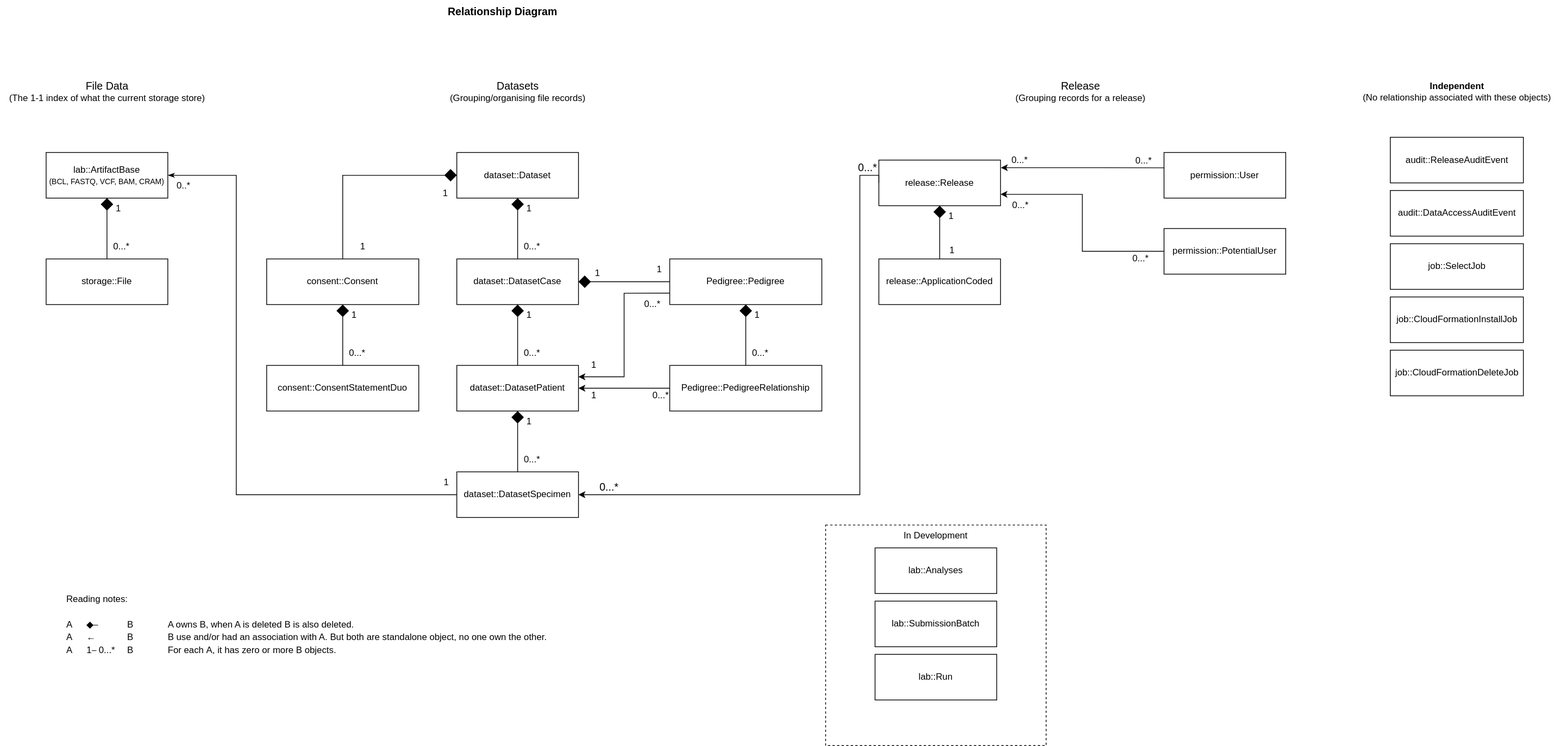
Earlier version of the draw.io export docs/architecture/relationship.drawio.svg (elsa-data/elsa-data). Source tidied: cells renumbered, new cells last; positions are measured from the earlier drawing's top-left corner, leaving out a move shared by most shapes.
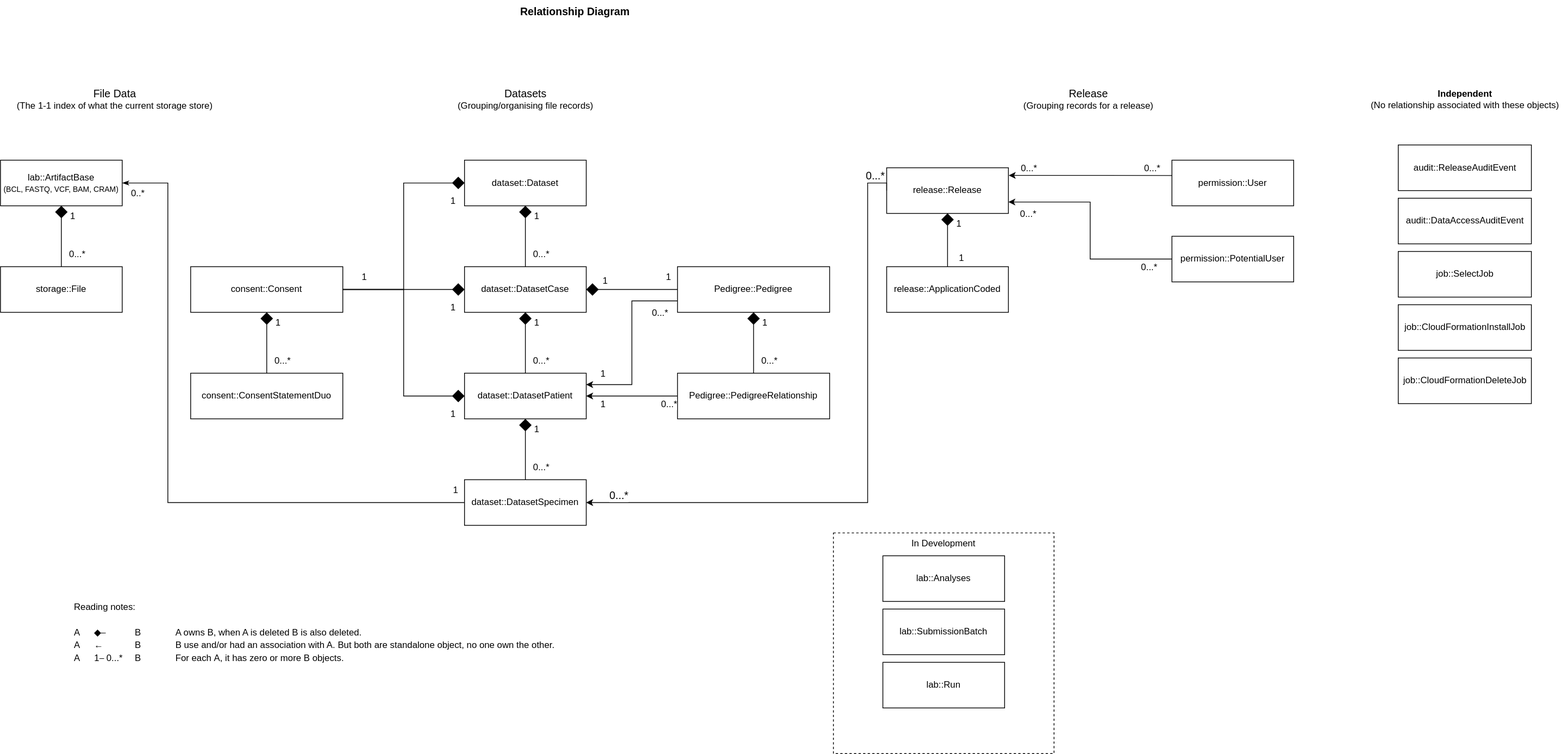
Above is the later version.

Change to the diagram source:
```diff
@@ -18,10 +18,10 @@
       <mxGeometry x="600" y="480" width="160" height="60" as="geometry" />
     </mxCell>
     <mxCell id="7" value="lab::ArtifactBase&lt;br&gt;&lt;font style=&quot;font-size: 10px;&quot;&gt;(BCL, FASTQ, VCF, BAM, CRAM)&lt;/font&gt;" style="rounded=0;whiteSpace=wrap;html=1;" parent="1" vertex="1">
-      <mxGeometry x="60" y="200" width="160" height="60" as="geometry" />
+      <mxGeometry x="-10" y="200" width="160" height="60" as="geometry" />
     </mxCell>
     <mxCell id="8" value="storage::File" style="rounded=0;whiteSpace=wrap;html=1;" parent="1" vertex="1">
-      <mxGeometry x="60" y="340" width="160" height="60" as="geometry" />
+      <mxGeometry x="-10" y="340" width="160" height="60" as="geometry" />
     </mxCell>
     <mxCell id="9" value="audit::DataAccessAuditEvent" style="rounded=0;whiteSpace=wrap;html=1;" parent="1" vertex="1">
       <mxGeometry x="1827.5" y="250" width="175" height="60" as="geometry" />
@@ -82,10 +82,10 @@
       <mxGeometry x="1827.5" y="180" width="175" height="60" as="geometry" />
     </mxCell>
     <mxCell id="23" value="consent::Consent" style="rounded=0;whiteSpace=wrap;html=1;" parent="1" vertex="1">
-      <mxGeometry x="350" y="340" width="200" height="60" as="geometry" />
+      <mxGeometry x="240" y="340" width="200" height="60" as="geometry" />
     </mxCell>
     <mxCell id="24" value="consent::ConsentStatementDuo" style="rounded=0;whiteSpace=wrap;html=1;" parent="1" vertex="1">
-      <mxGeometry x="350" y="480" width="200" height="60" as="geometry" />
+      <mxGeometry x="240" y="480" width="200" height="60" as="geometry" />
     </mxCell>
     <mxCell id="25" value="lab::SubmissionBatch" style="rounded=0;whiteSpace=wrap;html=1;" parent="1" vertex="1">
       <mxGeometry x="1150" y="790" width="160" height="60" as="geometry" />
@@ -146,7 +146,7 @@
         <mxPoint x="30" y="-30" as="offset" />
       </mxGeometry>
     </mxCell>
-    <mxCell id="42" style="endArrow=none;html=1;endSize=12;startArrow=diamond;startSize=14;startFill=1;edgeStyle=orthogonalEdgeStyle;rounded=0;fontFamily=Helvetica;fontSize=12;fontColor=default;endFill=0;entryX=0.5;entryY=0;entryDx=0;entryDy=0;exitX=0;exitY=0.5;exitDx=0;exitDy=0;" parent="1" edge="1" source="3" target="23">
+    <mxCell id="42" style="endArrow=none;html=1;endSize=12;startArrow=diamond;startSize=14;startFill=1;edgeStyle=orthogonalEdgeStyle;rounded=0;fontFamily=Helvetica;fontSize=12;fontColor=default;endFill=0;entryX=1;entryY=0.5;entryDx=0;entryDy=0;exitX=0;exitY=0.5;exitDx=0;exitDy=0;" parent="1" edge="1" source="3" target="23">
       <mxGeometry relative="1" as="geometry" />
     </mxCell>
     <mxCell id="43" value="1" style="edgeLabel;html=1;align=left;verticalAlign=top;rounded=0;strokeColor=default;fontFamily=Helvetica;fontSize=12;fontColor=default;fillColor=default;" parent="42" vertex="1">
@@ -212,7 +212,7 @@
       <mxGeometry x="1085" y="690" width="290" height="290" as="geometry" />
     </mxCell>
     <mxCell id="57" value="&lt;font size=&quot;1&quot; style=&quot;&quot;&gt;&lt;b style=&quot;font-size: 14px;&quot;&gt;Relationship Diagram&lt;/b&gt;&lt;/font&gt;" style="text;html=1;align=center;verticalAlign=middle;strokeColor=none;fillColor=none;fontSize=12;fontFamily=Helvetica;fontColor=default;" parent="1" vertex="1">
-      <mxGeometry x="575" width="170" height="30" as="geometry" />
+      <mxGeometry x="660" y="-10" width="170" height="30" as="geometry" />
     </mxCell>
     <mxCell id="58" value="&lt;font style=&quot;&quot;&gt;&lt;span style=&quot;font-size: 12px;&quot;&gt;Reading notes:&lt;/span&gt;&lt;br&gt;&lt;br&gt;&lt;div style=&quot;&quot;&gt;&lt;span style=&quot;font-size: 12px;&quot;&gt;A &lt;span style=&quot;white-space: pre;&quot;&gt;&#9;&lt;/span&gt;◆⎯&amp;nbsp;&lt;span style=&quot;white-space: pre;&quot;&gt;&#9;&lt;span style=&quot;white-space: pre;&quot;&gt;&#9;&lt;/span&gt;&lt;/span&gt;B&lt;span style=&quot;&quot;&gt;&#9;&lt;span style=&quot;&quot;&gt;&#9;&lt;span style=&quot;&quot;&gt;&#9;&lt;/span&gt;&lt;/span&gt;&lt;/span&gt;&amp;nbsp;&lt;span style=&quot;white-space: pre;&quot;&gt;&#9;&lt;/span&gt;&lt;span style=&quot;white-space: pre;&quot;&gt;&#9;&lt;/span&gt;A owns B, when A is deleted B is also deleted.&lt;br&gt;A &lt;span style=&quot;white-space: pre;&quot;&gt;&#9;&lt;/span&gt;←&lt;span style=&quot;&quot;&gt;&#9;&lt;span style=&quot;white-space: pre;&quot;&gt;&#9;&lt;/span&gt;&lt;span style=&quot;&quot;&gt;&#9;&lt;span style=&quot;white-space: pre;&quot;&gt;&#9;&lt;/span&gt;&lt;/span&gt;&lt;/span&gt;B&lt;span style=&quot;&quot;&gt;&#9;&lt;span style=&quot;white-space: pre;&quot;&gt;&#9;&lt;/span&gt;&lt;span style=&quot;white-space: pre;&quot;&gt;&#9;&lt;/span&gt;&lt;/span&gt;B use and/or had an association with A. But both are standalone object, no one own the other.&lt;br&gt;&lt;/span&gt;&lt;span style=&quot;font-size: 12px;&quot;&gt;A&amp;nbsp;&lt;/span&gt;&lt;span style=&quot;font-size: 12px;&quot;&gt;&#9;&lt;/span&gt;&lt;span style=&quot;font-size: 12px;&quot;&gt;&amp;nbsp;&lt;span style=&quot;white-space: pre;&quot;&gt;&#9;&lt;/span&gt;1&lt;/span&gt;&lt;span style=&quot;font-size: 12px;&quot;&gt;⎯ 0...*&lt;span style=&quot;white-space: pre;&quot;&gt;&#9;&lt;/span&gt;&lt;/span&gt;&lt;span style=&quot;font-size: 12px;&quot;&gt;B&lt;span style=&quot;white-space: pre;&quot;&gt;&#9;&lt;/span&gt;&lt;span style=&quot;white-space: pre;&quot;&gt;&#9;&lt;/span&gt;For each&amp;nbsp;&lt;/span&gt;&lt;span style=&quot;font-size: 12px;&quot;&gt;A, it has zero or more B objects.&amp;nbsp;&lt;/span&gt;&lt;span style=&quot;font-size: 12px;&quot;&gt;&lt;br&gt;&lt;span style=&quot;&quot;&gt;&lt;/span&gt;&lt;/span&gt;&lt;/div&gt;&lt;/font&gt;" style="text;html=1;align=left;verticalAlign=middle;strokeColor=none;fillColor=none;fontSize=14;fontFamily=Helvetica;fontColor=default;" parent="1" vertex="1">
       <mxGeometry x="85" y="770" width="660" height="100" as="geometry" />
@@ -249,8 +249,8 @@
     <mxCell id="66" style="endArrow=none;html=1;endSize=6;startArrow=classicThin;startSize=6;startFill=1;edgeStyle=orthogonalEdgeStyle;rounded=0;fontFamily=Helvetica;fontSize=12;fontColor=default;endFill=0;exitX=1;exitY=0.5;exitDx=0;exitDy=0;entryX=0;entryY=0.5;entryDx=0;entryDy=0;" parent="1" edge="1" source="7" target="4">
       <mxGeometry relative="1" as="geometry">
         <Array as="points">
-          <mxPoint x="310" y="230" />
-          <mxPoint x="310" y="650" />
+          <mxPoint x="210" y="230" />
+          <mxPoint x="210" y="650" />
         </Array>
       </mxGeometry>
     </mxCell>
@@ -324,5 +324,33 @@
     <mxCell id="81" value="&lt;font style=&quot;&quot;&gt;&lt;b style=&quot;&quot;&gt;Independent&lt;/b&gt;&lt;br&gt;(No relationship associated with these objects)&lt;br&gt;&lt;/font&gt;" style="text;html=1;align=center;verticalAlign=middle;strokeColor=none;fillColor=none;" parent="1" vertex="1">
       <mxGeometry x="1780" y="100" width="270" height="40" as="geometry" />
     </mxCell>
+    <mxCell id="82" style="endArrow=none;html=1;endSize=12;startArrow=diamond;startSize=14;startFill=1;edgeStyle=orthogonalEdgeStyle;rounded=0;fontFamily=Helvetica;fontSize=12;fontColor=default;endFill=0;exitX=0;exitY=0.5;exitDx=0;exitDy=0;" parent="1" edge="1" source="5">
+      <mxGeometry relative="1" as="geometry">
+        <mxPoint x="440" y="370" as="targetPoint" />
+      </mxGeometry>
+    </mxCell>
+    <mxCell id="83" value="1" style="edgeLabel;html=1;align=left;verticalAlign=top;rounded=0;strokeColor=default;fontFamily=Helvetica;fontSize=12;fontColor=default;fillColor=default;" parent="82" vertex="1">
+      <mxGeometry x="-1" relative="1" as="geometry">
+        <mxPoint x="-20" y="10" as="offset" />
+      </mxGeometry>
+    </mxCell>
+    <mxCell id="84" value="1" style="edgeLabel;html=1;align=right;verticalAlign=top;rounded=0;strokeColor=default;fontFamily=Helvetica;fontSize=12;fontColor=default;fillColor=default;" parent="82" vertex="1">
+      <mxGeometry x="1" relative="1" as="geometry">
+        <mxPoint x="30" y="-30" as="offset" />
+      </mxGeometry>
+    </mxCell>
+    <mxCell id="85" style="endArrow=none;html=1;endSize=12;startArrow=diamond;startSize=14;startFill=1;edgeStyle=orthogonalEdgeStyle;rounded=0;fontFamily=Helvetica;fontSize=12;fontColor=default;endFill=0;entryX=1;entryY=0.5;entryDx=0;entryDy=0;exitX=0;exitY=0.5;exitDx=0;exitDy=0;" parent="1" edge="1" source="6" target="23">
+      <mxGeometry relative="1" as="geometry" />
+    </mxCell>
+    <mxCell id="86" value="1" style="edgeLabel;html=1;align=left;verticalAlign=top;rounded=0;strokeColor=default;fontFamily=Helvetica;fontSize=12;fontColor=default;fillColor=default;" parent="85" vertex="1">
+      <mxGeometry x="-1" relative="1" as="geometry">
+        <mxPoint x="-20" y="10" as="offset" />
+      </mxGeometry>
+    </mxCell>
+    <mxCell id="87" value="1" style="edgeLabel;html=1;align=right;verticalAlign=top;rounded=0;strokeColor=default;fontFamily=Helvetica;fontSize=12;fontColor=default;fillColor=default;" parent="85" vertex="1">
+      <mxGeometry x="1" relative="1" as="geometry">
+        <mxPoint x="30" y="-30" as="offset" />
+      </mxGeometry>
+    </mxCell>
   </root>
 </mxGraphModel>
```
